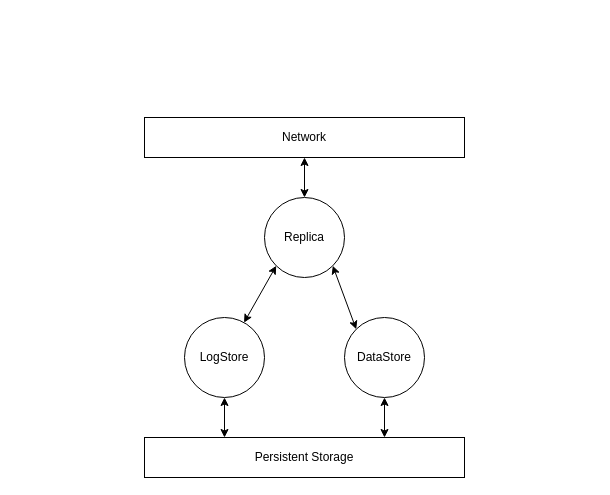
Earlier version of the draw.io diagram docs/architecture/architecture.drawio (Nugine/epkv). Source tidied: cells renumbered, new cells numbered last; positions are measured from the earlier drawing's top-left corner, leaving out a move shared by most shapes. Both pictures are drawn from the tidied source at 100%, with x=0, y=0 at pixel (144, 117).
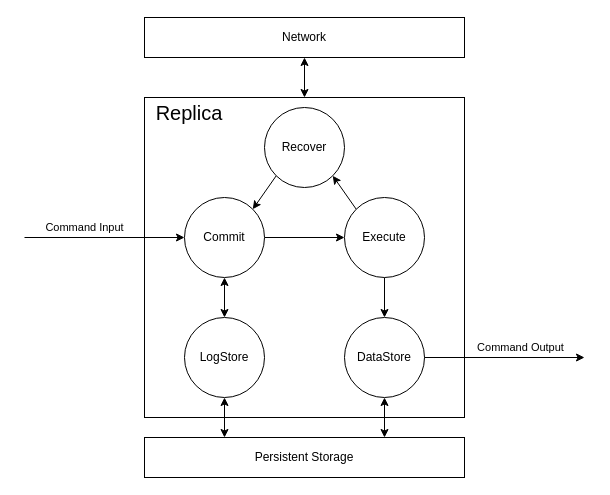
The same diagram, later.

The change refers to these unchanged cells:
```xml
<mxCell id="4" value="LogStore" style="ellipse;whiteSpace=wrap;html=1;" parent="1" vertex="1">
  <mxGeometry x="40" y="200" width="80" height="80" as="geometry" />
</mxCell>
<mxCell id="6" value="DataStore" style="ellipse;whiteSpace=wrap;html=1;" parent="1" vertex="1">
  <mxGeometry x="200" y="200" width="80" height="80" as="geometry" />
</mxCell>
```

What changed in the source:
```diff
@@
+    <mxCell id="12" style="rounded=0;whiteSpace=wrap;html=1;" parent="1" vertex="1">
+      <mxGeometry y="-20" width="320" height="320" as="geometry" />
+    </mxCell>
@@
-    <mxCell id="7" style="edgeStyle=none;html=1;exitX=0;exitY=1;exitDx=0;exitDy=0;startArrow=classic;startFill=1;" parent="1" edge="1" source="9" target="4">
-      <mxGeometry relative="1" as="geometry" />
-    </mxCell>
-    <mxCell id="8" style="edgeStyle=none;html=1;exitX=1;exitY=1;exitDx=0;exitDy=0;entryX=0;entryY=0;entryDx=0;entryDy=0;startArrow=classic;startFill=1;" parent="1" edge="1" source="9" target="6">
-      <mxGeometry relative="1" as="geometry" />
-    </mxCell>
+    <mxCell id="13" style="edgeStyle=none;html=1;fontSize=20;startArrow=classic;startFill=1;" parent="1" edge="1" source="15" target="4">
+      <mxGeometry relative="1" as="geometry" />
+    </mxCell>
+    <mxCell id="14" style="edgeStyle=none;html=1;exitX=1;exitY=0.5;exitDx=0;exitDy=0;fontSize=20;startArrow=none;startFill=0;" parent="1" edge="1" source="15" target="18">
+      <mxGeometry relative="1" as="geometry" />
+    </mxCell>
+    <mxCell id="15" value="Commit" style="ellipse;whiteSpace=wrap;html=1;" parent="1" vertex="1">
+      <mxGeometry x="40" y="80" width="80" height="80" as="geometry" />
+    </mxCell>
+    <mxCell id="16" style="edgeStyle=none;html=1;entryX=0.5;entryY=0;entryDx=0;entryDy=0;fontSize=20;startArrow=none;startFill=0;" parent="1" edge="1" source="18" target="6">
+      <mxGeometry relative="1" as="geometry" />
+    </mxCell>
+    <mxCell id="17" style="edgeStyle=none;html=1;exitX=0;exitY=0;exitDx=0;exitDy=0;entryX=1;entryY=1;entryDx=0;entryDy=0;fontSize=20;startArrow=none;startFill=0;" parent="1" edge="1" source="18" target="20">
+      <mxGeometry relative="1" as="geometry" />
+    </mxCell>
+    <mxCell id="18" value="Execute" style="ellipse;whiteSpace=wrap;html=1;" parent="1" vertex="1">
+      <mxGeometry x="200" y="80" width="80" height="80" as="geometry" />
+    </mxCell>
+    <mxCell id="19" style="edgeStyle=none;html=1;exitX=0;exitY=1;exitDx=0;exitDy=0;entryX=1;entryY=0;entryDx=0;entryDy=0;fontSize=20;startArrow=none;startFill=0;" parent="1" edge="1" source="20" target="15">
+      <mxGeometry relative="1" as="geometry" />
+    </mxCell>
+    <mxCell id="20" value="Recover" style="ellipse;whiteSpace=wrap;html=1;" parent="1" vertex="1">
+      <mxGeometry x="120" y="-10" width="80" height="80" as="geometry" />
+    </mxCell>
-    <mxCell id="9" value="Replica" style="ellipse;whiteSpace=wrap;html=1;" parent="1" vertex="1">
-      <mxGeometry x="120" y="80" width="80" height="80" as="geometry" />
+    <mxCell id="9" value="&lt;font style=&quot;font-size: 20px&quot;&gt;&lt;span&gt;Replica&lt;/span&gt;&lt;/font&gt;" style="text;html=1;strokeColor=none;fillColor=none;align=center;verticalAlign=middle;whiteSpace=wrap;rounded=0;fontStyle=0;" parent="1" vertex="1">
+      <mxGeometry y="-20" width="90" height="30" as="geometry" />
     </mxCell>
-    <mxCell id="10" style="edgeStyle=none;html=1;startArrow=classic;startFill=1;exitX=0.5;exitY=1;exitDx=0;exitDy=0;" parent="1" edge="1" source="11" target="9">
-      <mxGeometry relative="1" as="geometry" />
-    </mxCell>
+    <mxCell id="21" style="edgeStyle=none;html=1;exitX=0.5;exitY=1;exitDx=0;exitDy=0;entryX=0.5;entryY=0;entryDx=0;entryDy=0;startArrow=classic;startFill=1;" parent="1" edge="1" source="11" target="12">
+      <mxGeometry relative="1" as="geometry" />
+    </mxCell>
     <mxCell id="11" value="Network" style="rounded=0;whiteSpace=wrap;html=1;" parent="1" vertex="1">
-      <mxGeometry width="320" height="40" as="geometry" />
+      <mxGeometry y="-100" width="320" height="40" as="geometry" />
     </mxCell>
+    <mxCell id="22" value="Command Input" style="endArrow=classic;html=1;entryX=0;entryY=0.5;entryDx=0;entryDy=0;" parent="1" edge="1" target="15">
+      <mxGeometry x="-0.25" y="10" relative="1" as="geometry">
+        <mxPoint x="-120" y="120" as="sourcePoint" />
+      </mxGeometry>
+    </mxCell>
+    <mxCell id="23" value="Command Output" style="endArrow=classic;html=1;exitX=1;exitY=0.5;exitDx=0;exitDy=0;" parent="1" edge="1" source="6">
+      <mxGeometry x="0.2" y="10" relative="1" as="geometry">
+        <mxPoint x="440" y="240" as="targetPoint" />
+      </mxGeometry>
+    </mxCell>
```
